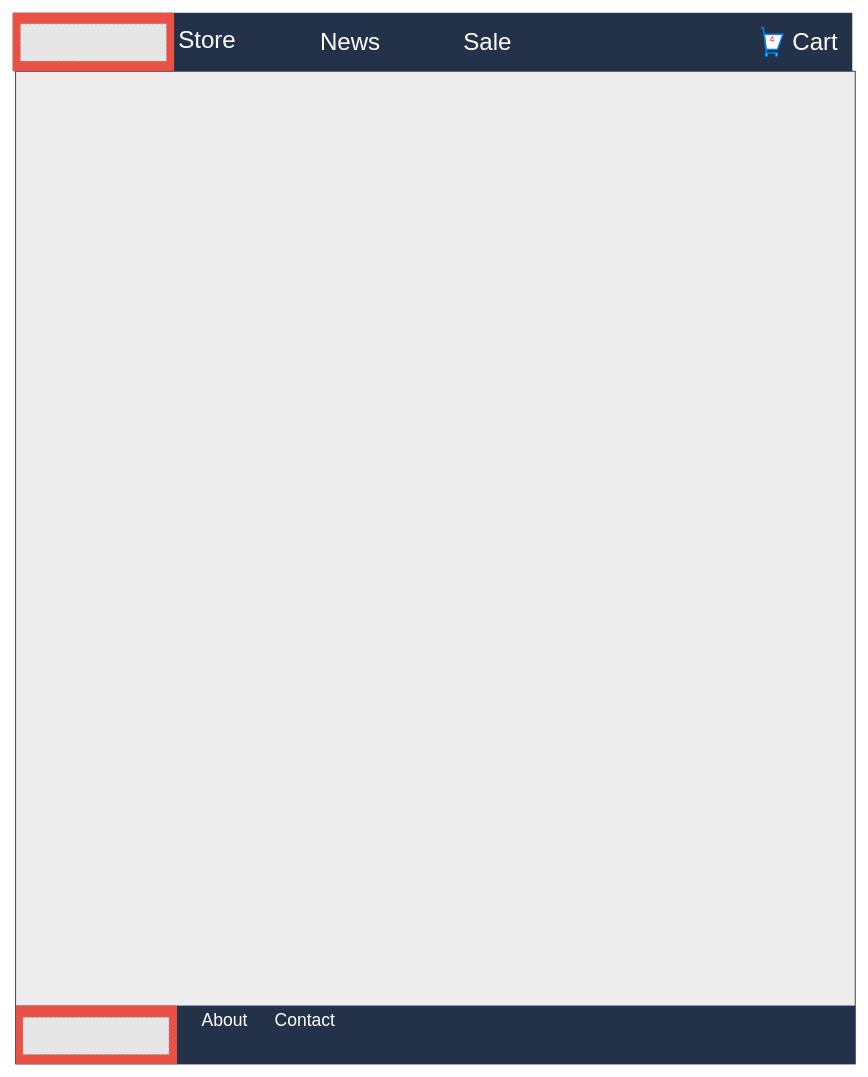
This is Jacob/Untitled Diagram.drawio from jgharder/Kea_Node_2022_Spring, a draw.io file, before an edit. Source tidied: cells renumbered, new cells numbered last; positions are measured from the earlier drawing's top-left corner, leaving out a move shared by most shapes. Both pictures are drawn from the tidied source at 73%, with x=0, y=0 at pixel (12, 12). Pictures stored in the file or linked from it are replaced by grey dashed boxes.
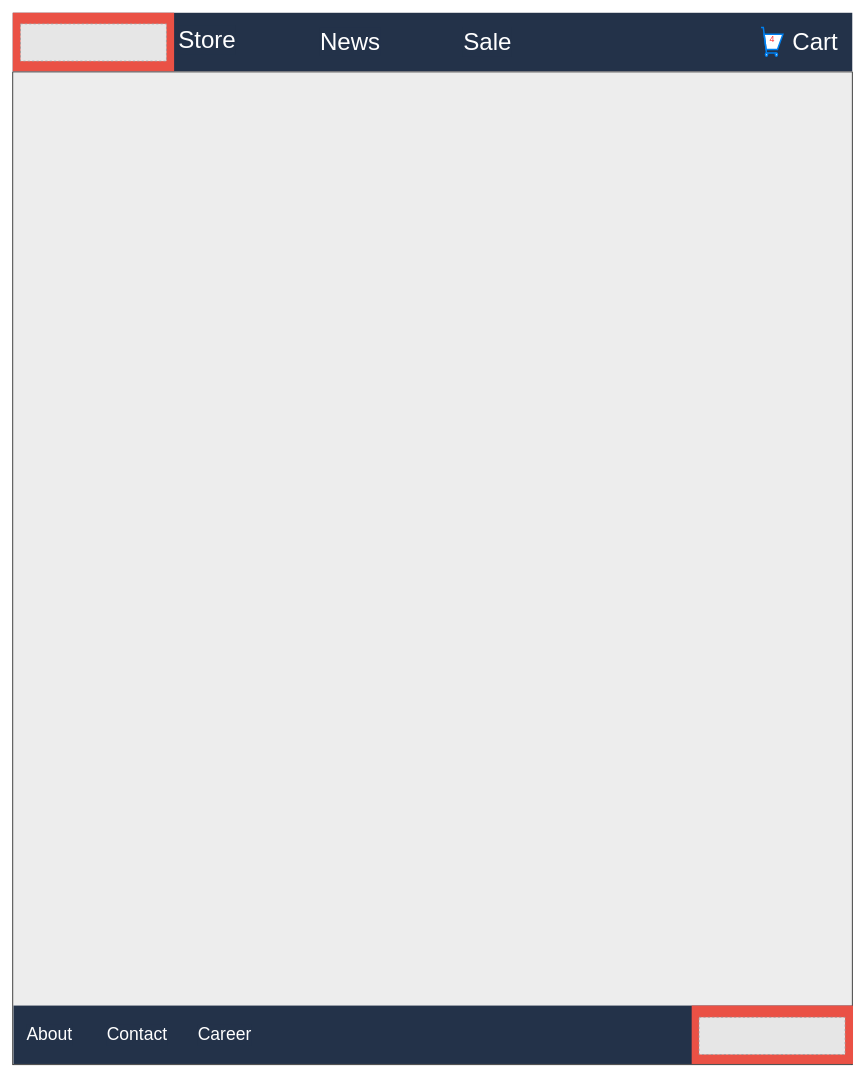
After the change.

The edit, as a diff of the source:
```diff
@@
 <mxGraphModel>
   <root>
     <mxCell id="0" />
     <mxCell id="1" parent="0" />
     <mxCell id="2" style="rounded=0;whiteSpace=wrap;html=1;labelBackgroundColor=#EDEDED;fontSize=33;fontColor=#FFFFFF;fillColor=#EDEDED;" parent="1" vertex="1">
-      <mxGeometry x="4" y="80" width="1150" height="1360" as="geometry" />
+      <mxGeometry y="81" width="1150" height="1360" as="geometry" />
     </mxCell>
     <mxCell id="3" style="html=1;shadow=0;dashed=0;shape=mxgraph.bootstrap.rect;fillColor=#233249;strokeColor=none;whiteSpace=wrap;rounded=0;fontSize=12;fontColor=#000000;align=center;" parent="1" vertex="1">
       <mxGeometry width="1150" height="80" as="geometry" />
     </mxCell>
     <mxCell id="4" style="html=1;shadow=0;dashed=0;fillColor=#EA5145;strokeColor=none;shape=mxgraph.bootstrap.rect;fontColor=#999999;fontSize=14;whiteSpace=wrap;" parent="3" vertex="1">
       <mxGeometry width="221" height="80" as="geometry" />
     </mxCell>
     <mxCell id="5" value="&lt;font color=&quot;#ffffff&quot; style=&quot;font-size: 33px&quot;&gt;Cart&lt;/font&gt;" style="html=1;shadow=0;dashed=0;fillColor=none;strokeColor=none;shape=mxgraph.bootstrap.rect;fontColor=#999999;whiteSpace=wrap;" parent="3" vertex="1">
       <mxGeometry x="1049.4" y="13.8" width="100.6" height="52.5" as="geometry" />
     </mxCell>
     <mxCell id="6" style="html=1;verticalLabelPosition=bottom;align=center;labelBackgroundColor=#ffffff;verticalAlign=top;strokeWidth=2;strokeColor=#0080F0;shadow=0;dashed=0;shape=mxgraph.ios7.icons.shopping_cart;fontColor=#FF3333;" parent="3" vertex="1">
       <mxGeometry x="1025" y="20.3" width="30" height="39.3" as="geometry" />
     </mxCell>
     <mxCell id="7" value="4" style="text;html=1;align=center;verticalAlign=middle;rounded=0;fontColor=#FF3333;" parent="3" vertex="1">
       <mxGeometry x="1030" y="26.7" width="20" height="20" as="geometry" />
     </mxCell>
     <mxCell id="8" style="fillColor=#E6E6E6;strokeColor=#999999;dashed=1;verticalLabelPosition=bottom;labelBackgroundColor=default;verticalAlign=top;" parent="3" vertex="1">
       <mxGeometry x="10.5" y="15.2" width="200" height="51" as="geometry" />
     </mxCell>
     <mxCell id="9" value="Store" style="text;html=1;align=center;verticalAlign=middle;fillColor=none;strokeColor=none;rounded=0;labelBackgroundColor=#233249;fontColor=#FFFFFF;fontSize=33;" parent="3" vertex="1">
       <mxGeometry x="221" y="11.7" width="90" height="50" as="geometry" />
     </mxCell>
     <mxCell id="10" value="Sale" style="text;html=1;align=center;verticalAlign=middle;fillColor=none;strokeColor=none;rounded=0;labelBackgroundColor=#233249;fontColor=#FFFFFF;fontSize=33;" parent="3" vertex="1">
       <mxGeometry x="610" y="15" width="80" height="50" as="geometry" />
     </mxCell>
     <mxCell id="11" value="News" style="text;html=1;align=center;verticalAlign=middle;fillColor=none;strokeColor=none;rounded=0;labelBackgroundColor=#233249;fontColor=#FFFFFF;fontSize=33;" parent="3" vertex="1">
       <mxGeometry x="411.8" y="13.8" width="100" height="50" as="geometry" />
     </mxCell>
     <mxCell id="12" style="html=1;shadow=0;dashed=0;shape=mxgraph.bootstrap.rect;fillColor=#233249;strokeColor=none;whiteSpace=wrap;rounded=0;fontSize=12;fontColor=#000000;align=center;" parent="1" vertex="1">
-      <mxGeometry x="4" y="1360" width="1150" height="80" as="geometry" />
+      <mxGeometry x="1" y="1360" width="1150" height="80" as="geometry" />
     </mxCell>
     <mxCell id="13" style="html=1;shadow=0;dashed=0;fillColor=#EA5145;strokeColor=none;shape=mxgraph.bootstrap.rect;fontColor=#999999;fontSize=14;whiteSpace=wrap;" parent="12" vertex="1">
-      <mxGeometry width="221" height="80" as="geometry" />
+      <mxGeometry x="929" width="221" height="80" as="geometry" />
     </mxCell>
     <mxCell id="14" style="fillColor=#E6E6E6;strokeColor=#999999;dashed=1;verticalLabelPosition=bottom;labelBackgroundColor=default;verticalAlign=top;" parent="12" vertex="1">
-      <mxGeometry x="10" y="16" width="200" height="51" as="geometry" />
+      <mxGeometry x="939.1" y="16" width="200" height="51" as="geometry" />
     </mxCell>
     <mxCell id="15" value="&lt;font style=&quot;font-size: 24px;&quot;&gt;About&lt;/font&gt;" style="text;html=1;align=center;verticalAlign=middle;fillColor=none;strokeColor=none;rounded=0;labelBackgroundColor=#233249;fontSize=24;fontColor=#FFFFFF;" parent="12" vertex="1">
-      <mxGeometry x="246" y="6" width="80" height="30" as="geometry" />
+      <mxGeometry x="9" y="25" width="80" height="30" as="geometry" />
     </mxCell>
     <mxCell id="16" value="&lt;font style=&quot;font-size: 24px&quot;&gt;Contact&lt;/font&gt;" style="text;html=1;align=center;verticalAlign=middle;fillColor=none;strokeColor=none;rounded=0;labelBackgroundColor=#233249;fontSize=24;fontColor=#FFFFFF;" parent="12" vertex="1">
-      <mxGeometry x="346" y="6" width="100" height="30" as="geometry" />
+      <mxGeometry x="119" y="25" width="100" height="30" as="geometry" />
     </mxCell>
+    <mxCell id="17" value="&lt;font style=&quot;font-size: 24px&quot;&gt;Career&lt;/font&gt;" style="text;html=1;align=center;verticalAlign=middle;fillColor=none;strokeColor=none;rounded=0;labelBackgroundColor=#233249;fontSize=24;fontColor=#FFFFFF;" parent="12" vertex="1">
+      <mxGeometry x="244" y="25" width="90" height="30" as="geometry" />
+    </mxCell>
   </root>
 </mxGraphModel>
```
